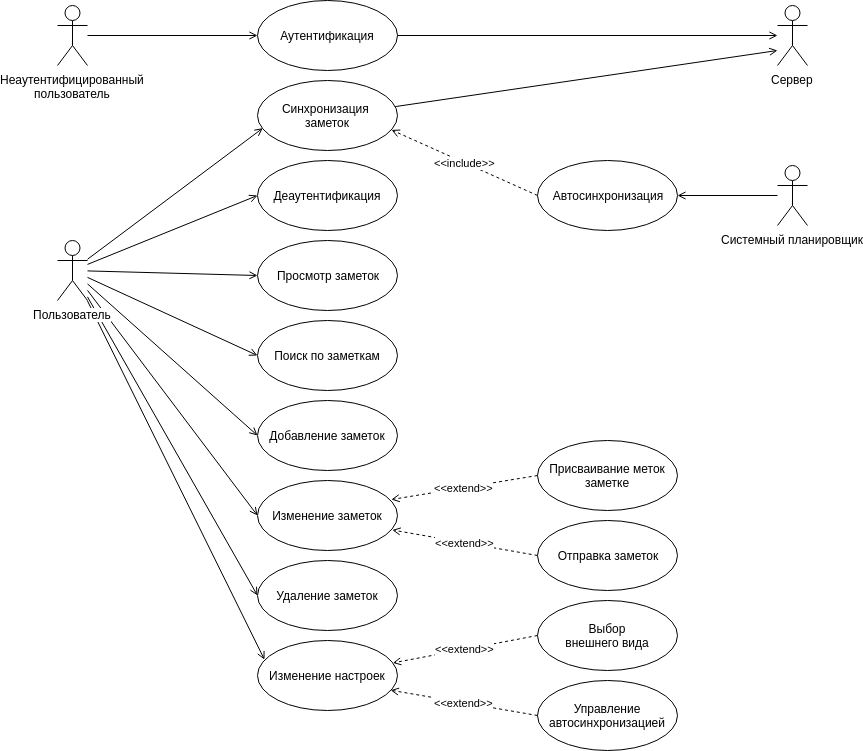
Nikolay-Ra/librenotes-mobile keeps this draw.io diagram as docs/diagrams/usecase.png. Above is the earlier version. Source tidied: cells renumbered, new cells last; positions are measured from the earlier drawing's top-left corner, leaving out a move shared by most shapes. Source of this version:
```xml
<mxGraphModel background="#ffffff">
  <root>
    <mxCell id="0" />
    <mxCell id="1" parent="0" />
    <mxCell id="2" style="rounded=0;jettySize=auto;html=1;fontColor=#000000;endArrow=open;endFill=0;entryX=0;entryY=0.5;entryDx=0;entryDy=0;" parent="1" edge="1" source="3" target="4">
      <mxGeometry relative="1" as="geometry" />
    </mxCell>
    <mxCell id="3" value="Неаутентифицированный&lt;br&gt;пользователь" style="shape=umlActor;verticalLabelPosition=bottom;labelBackgroundColor=#ffffff;verticalAlign=top;html=1;outlineConnect=0;fillColor=#ffffff;strokeColor=#000000;fontColor=#000000;" parent="1" vertex="1">
      <mxGeometry y="5" width="30" height="60" as="geometry" />
    </mxCell>
    <mxCell id="4" value="Аутентификация" style="ellipse;whiteSpace=wrap;html=1;" parent="1" vertex="1">
      <mxGeometry x="200" width="140" height="70" as="geometry" />
    </mxCell>
    <mxCell id="5" style="edgeStyle=none;rounded=0;jettySize=auto;html=1;endArrow=open;endFill=0;entryX=0;entryY=0.5;entryDx=0;entryDy=0;" parent="1" edge="1" source="13" target="14">
      <mxGeometry relative="1" as="geometry" />
    </mxCell>
    <mxCell id="6" style="edgeStyle=none;rounded=0;jettySize=auto;html=1;endArrow=open;endFill=0;entryX=0.038;entryY=0.681;entryDx=0;entryDy=0;entryPerimeter=0;" parent="1" edge="1" source="13" target="18">
      <mxGeometry relative="1" as="geometry" />
    </mxCell>
    <mxCell id="7" style="edgeStyle=none;rounded=0;jettySize=auto;html=1;entryX=0;entryY=0.5;entryDx=0;entryDy=0;endArrow=open;endFill=0;" parent="1" edge="1" source="13" target="19">
      <mxGeometry relative="1" as="geometry" />
    </mxCell>
    <mxCell id="8" style="edgeStyle=none;rounded=0;jettySize=auto;html=1;entryX=0;entryY=0.5;entryDx=0;entryDy=0;endArrow=open;endFill=0;" parent="1" edge="1" source="13" target="20">
      <mxGeometry relative="1" as="geometry" />
    </mxCell>
    <mxCell id="9" style="edgeStyle=none;rounded=0;jettySize=auto;html=1;entryX=0;entryY=0.5;entryDx=0;entryDy=0;endArrow=open;endFill=0;" parent="1" edge="1" source="13" target="21">
      <mxGeometry relative="1" as="geometry" />
    </mxCell>
    <mxCell id="10" style="edgeStyle=none;rounded=0;jumpStyle=none;jettySize=auto;html=1;entryX=0;entryY=0.5;entryDx=0;entryDy=0;labelBackgroundColor=none;endArrow=open;endFill=0;strokeColor=#000000;" parent="1" edge="1" source="13" target="30">
      <mxGeometry relative="1" as="geometry" />
    </mxCell>
    <mxCell id="11" style="edgeStyle=none;rounded=0;jumpStyle=none;jettySize=auto;html=1;startArrow=none;startFill=0;endArrow=open;endFill=0;entryX=0.05;entryY=0.274;entryDx=0;entryDy=0;entryPerimeter=0;" parent="1" edge="1" source="13" target="33">
      <mxGeometry relative="1" as="geometry" />
    </mxCell>
    <mxCell id="12" style="rounded=0;jettySize=auto;html=1;entryX=0;entryY=0.5;entryDx=0;entryDy=0;endArrow=open;endFill=0;" parent="1" edge="1" source="13" target="36">
      <mxGeometry relative="1" as="geometry" />
    </mxCell>
    <mxCell id="13" value="Пользователь" style="shape=umlActor;verticalLabelPosition=bottom;labelBackgroundColor=#ffffff;verticalAlign=top;html=1;" parent="1" vertex="1">
      <mxGeometry y="240" width="30" height="60" as="geometry" />
    </mxCell>
    <mxCell id="14" value="Деаутентификация" style="ellipse;whiteSpace=wrap;html=1;" parent="1" vertex="1">
      <mxGeometry x="200" y="160" width="140" height="70" as="geometry" />
    </mxCell>
    <mxCell id="15" style="edgeStyle=none;rounded=0;jumpStyle=none;jettySize=auto;html=1;entryX=1;entryY=0.5;entryDx=0;entryDy=0;startArrow=open;startFill=0;endArrow=none;endFill=0;fontSize=11;" parent="1" edge="1" source="17" target="4">
      <mxGeometry relative="1" as="geometry" />
    </mxCell>
    <mxCell id="16" style="edgeStyle=none;rounded=0;jumpStyle=none;jettySize=auto;html=1;startArrow=open;startFill=0;endArrow=none;endFill=0;fontSize=11;entryX=0.983;entryY=0.373;entryDx=0;entryDy=0;entryPerimeter=0;" parent="1" edge="1" target="18">
      <mxGeometry relative="1" as="geometry">
        <mxPoint x="720" y="50" as="sourcePoint" />
      </mxGeometry>
    </mxCell>
    <mxCell id="17" value="Сервер" style="shape=umlActor;verticalLabelPosition=bottom;labelBackgroundColor=none;verticalAlign=top;html=1;" parent="1" vertex="1">
      <mxGeometry x="720" y="5" width="30" height="60" as="geometry" />
    </mxCell>
    <mxCell id="18" value="Синхронизация&amp;nbsp; заметок" style="ellipse;whiteSpace=wrap;html=1;" parent="1" vertex="1">
      <mxGeometry x="200" y="80" width="140" height="70" as="geometry" />
    </mxCell>
    <mxCell id="19" value="Добавление заметок" style="ellipse;whiteSpace=wrap;html=1;" parent="1" vertex="1">
      <mxGeometry x="200" y="400" width="140" height="70" as="geometry" />
    </mxCell>
    <mxCell id="20" value="Изменение заметок" style="ellipse;whiteSpace=wrap;html=1;" parent="1" vertex="1">
      <mxGeometry x="200" y="480" width="140" height="70" as="geometry" />
    </mxCell>
    <mxCell id="21" value="Поиск по заметкам" style="ellipse;whiteSpace=wrap;html=1;" parent="1" vertex="1">
      <mxGeometry x="200" y="320" width="140" height="70" as="geometry" />
    </mxCell>
    <mxCell id="22" value="&amp;lt;&amp;lt;extend&amp;gt;&amp;gt;" style="edgeStyle=none;rounded=0;jumpStyle=none;jettySize=auto;html=1;exitX=0;exitY=0.5;exitDx=0;exitDy=0;entryX=0.963;entryY=0.707;entryDx=0;entryDy=0;labelBackgroundColor=#ffffff;endArrow=open;endFill=0;strokeColor=#000000;dashed=1;entryPerimeter=0;" parent="1" edge="1" source="23" target="20">
      <mxGeometry relative="1" as="geometry" />
    </mxCell>
    <mxCell id="23" value="Отправка заметок" style="ellipse;whiteSpace=wrap;html=1;" parent="1" vertex="1">
      <mxGeometry x="480" y="520" width="140" height="70" as="geometry" />
    </mxCell>
    <mxCell id="24" style="edgeStyle=none;rounded=0;jettySize=auto;html=1;entryX=1;entryY=0.5;entryDx=0;entryDy=0;endArrow=open;endFill=0;" parent="1" edge="1" source="25" target="27">
      <mxGeometry relative="1" as="geometry" />
    </mxCell>
    <mxCell id="25" value="Системный планировщик" style="shape=umlActor;verticalLabelPosition=bottom;labelBackgroundColor=none;verticalAlign=top;html=1;outlineConnect=0;" parent="1" vertex="1">
      <mxGeometry x="720" y="165" width="30" height="60" as="geometry" />
    </mxCell>
    <mxCell id="26" value="&amp;lt;&amp;lt;include&amp;gt;&amp;gt;" style="edgeStyle=none;rounded=0;jettySize=auto;html=1;exitX=0;exitY=0.5;exitDx=0;exitDy=0;endArrow=open;endFill=0;entryX=0.957;entryY=0.706;entryDx=0;entryDy=0;dashed=1;entryPerimeter=0;" parent="1" edge="1" source="27" target="18">
      <mxGeometry relative="1" as="geometry" />
    </mxCell>
    <mxCell id="27" value="Автосинхронизация" style="ellipse;whiteSpace=wrap;html=1;" parent="1" vertex="1">
      <mxGeometry x="480" y="160" width="140" height="70" as="geometry" />
    </mxCell>
    <mxCell id="28" value="&amp;lt;&amp;lt;extend&amp;gt;&amp;gt;" style="rounded=0;jettySize=auto;html=1;exitX=0;exitY=0.5;exitDx=0;exitDy=0;entryX=0.956;entryY=0.272;entryDx=0;entryDy=0;endArrow=open;endFill=0;strokeColor=#000000;dashed=1;entryPerimeter=0;" parent="1" edge="1" source="29" target="20">
      <mxGeometry relative="1" as="geometry" />
    </mxCell>
    <mxCell id="29" value="Присваивание меток заметке" style="ellipse;whiteSpace=wrap;html=1;" parent="1" vertex="1">
      <mxGeometry x="480" y="440" width="140" height="70" as="geometry" />
    </mxCell>
    <mxCell id="30" value="Просмотр заметок" style="ellipse;whiteSpace=wrap;html=1;" parent="1" vertex="1">
      <mxGeometry x="200" y="240" width="140" height="70" as="geometry" />
    </mxCell>
    <mxCell id="31" value="&amp;lt;&amp;lt;extend&amp;gt;&amp;gt;" style="edgeStyle=none;rounded=0;jumpStyle=none;jettySize=auto;html=1;exitX=0;exitY=0.5;exitDx=0;exitDy=0;entryX=0.967;entryY=0.32;entryDx=0;entryDy=0;startArrow=none;startFill=0;endArrow=open;endFill=0;dashed=1;entryPerimeter=0;" parent="1" edge="1" source="32" target="33">
      <mxGeometry relative="1" as="geometry" />
    </mxCell>
    <mxCell id="32" value="Выбор&lt;br&gt;внешнего вида" style="ellipse;whiteSpace=wrap;html=1;strokeColor=#000000;fillColor=none;" parent="1" vertex="1">
      <mxGeometry x="480" y="600" width="140" height="70" as="geometry" />
    </mxCell>
    <mxCell id="33" value="Изменение настроек" style="ellipse;whiteSpace=wrap;html=1;strokeColor=#000000;fillColor=none;" parent="1" vertex="1">
      <mxGeometry x="200" y="640" width="140" height="70" as="geometry" />
    </mxCell>
    <mxCell id="34" value="&amp;lt;&amp;lt;extend&amp;gt;&amp;gt;" style="edgeStyle=none;rounded=0;jumpStyle=none;jettySize=auto;html=1;exitX=0;exitY=0.5;exitDx=0;exitDy=0;entryX=0.951;entryY=0.71;entryDx=0;entryDy=0;startArrow=none;startFill=0;endArrow=open;endFill=0;dashed=1;entryPerimeter=0;" parent="1" edge="1" source="35" target="33">
      <mxGeometry relative="1" as="geometry" />
    </mxCell>
    <mxCell id="35" value="Управление автосинхронизацией" style="ellipse;whiteSpace=wrap;html=1;strokeColor=#000000;fillColor=none;" parent="1" vertex="1">
      <mxGeometry x="480" y="680" width="140" height="70" as="geometry" />
    </mxCell>
    <mxCell id="36" value="Удаление заметок" style="ellipse;whiteSpace=wrap;html=1;" parent="1" vertex="1">
      <mxGeometry x="200" y="560" width="140" height="70" as="geometry" />
    </mxCell>
  </root>
</mxGraphModel>
```
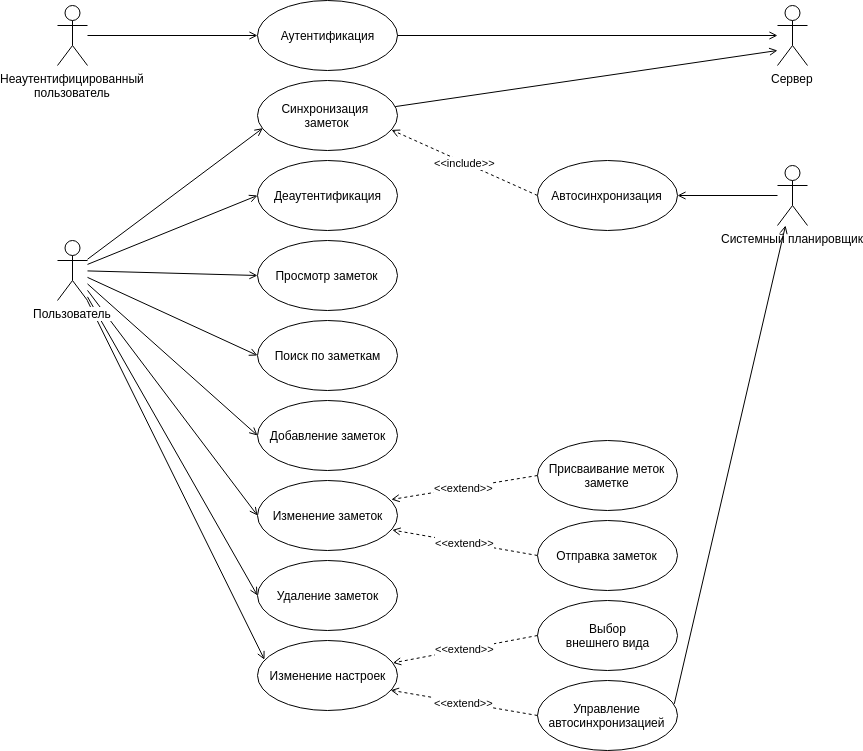
Later version of the same file.

Commit message:
fix use case diagram

Change to the diagram source:
```diff
@@ -73,6 +73,9 @@
     <mxCell id="24" style="edgeStyle=none;rounded=0;jettySize=auto;html=1;entryX=1;entryY=0.5;entryDx=0;entryDy=0;endArrow=open;endFill=0;" parent="1" edge="1" source="25" target="27">
       <mxGeometry relative="1" as="geometry" />
     </mxCell>
+    <mxCell id="37" style="rounded=0;jettySize=auto;html=1;entryX=0.977;entryY=0.334;entryDx=0;entryDy=0;entryPerimeter=0;startArrow=open;startFill=0;endArrow=none;endFill=0;" parent="1" edge="1" source="25" target="35">
+      <mxGeometry relative="1" as="geometry" />
+    </mxCell>
     <mxCell id="25" value="Системный планировщик" style="shape=umlActor;verticalLabelPosition=bottom;labelBackgroundColor=none;verticalAlign=top;html=1;outlineConnect=0;" parent="1" vertex="1">
       <mxGeometry x="720" y="165" width="30" height="60" as="geometry" />
     </mxCell>
```
